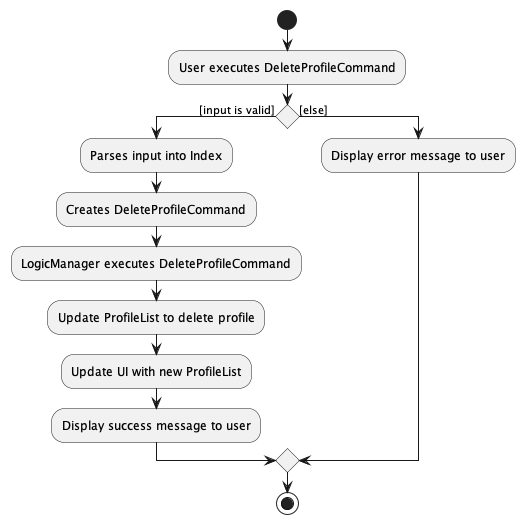
Earlier version of the PlantUML export docs/images/commands/DeleteProfileCommandActivityDiagram.png (nus-cs2103-AY2223S1/tp).
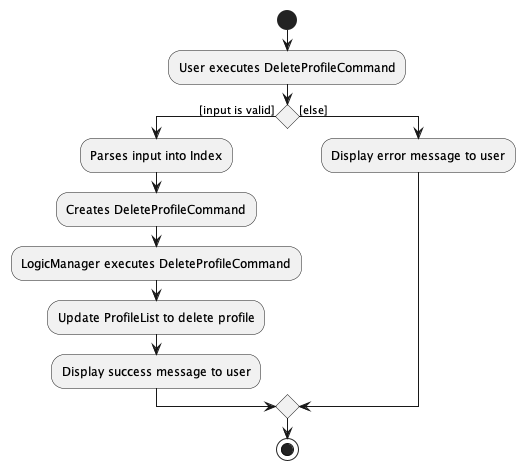
Later version of the same file.

Commit message:
Update error in DeleteProfileCommandActivityDiagram

What changed in the source:
```diff
@@ -7,7 +7,6 @@
     :Creates DeleteProfileCommand;
     :LogicManager executes DeleteProfileCommand;
     :Update ProfileList to delete profile;
-    :Update UI with new ProfileList;
     :Display success message to user;
 else ([else])
     :Display error message to user;
```
